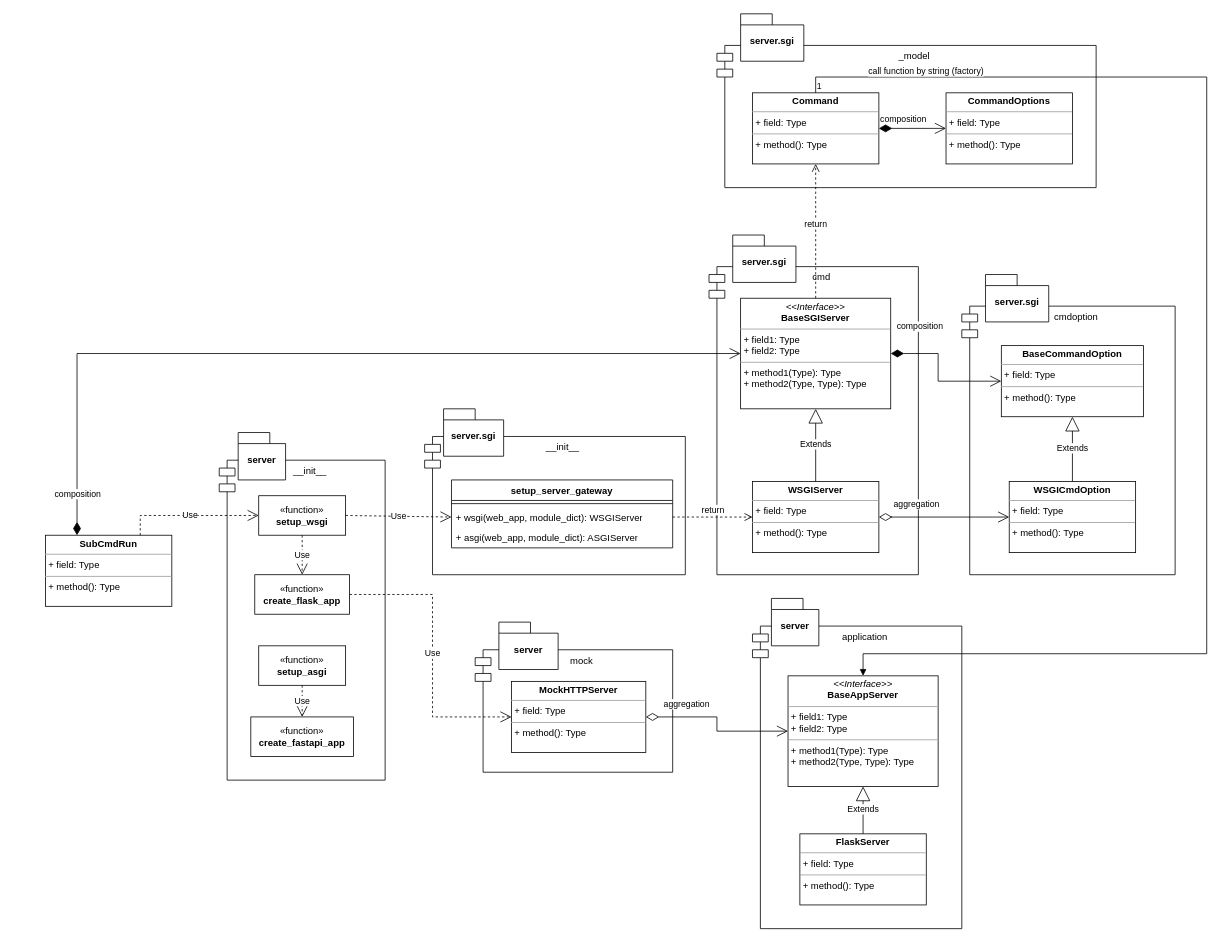
Above: docs/images/development/server_software_architecture.drawio.xml in Chisanan232/PyMock-Server (draw.io), before the change. Source tidied: cells renumbered, new cells numbered last; positions are measured from the earlier drawing's top-left corner, leaving out a move shared by most shapes. Both pictures are drawn from the tidied source at 79%, with x=0, y=0 at pixel (45, 13).
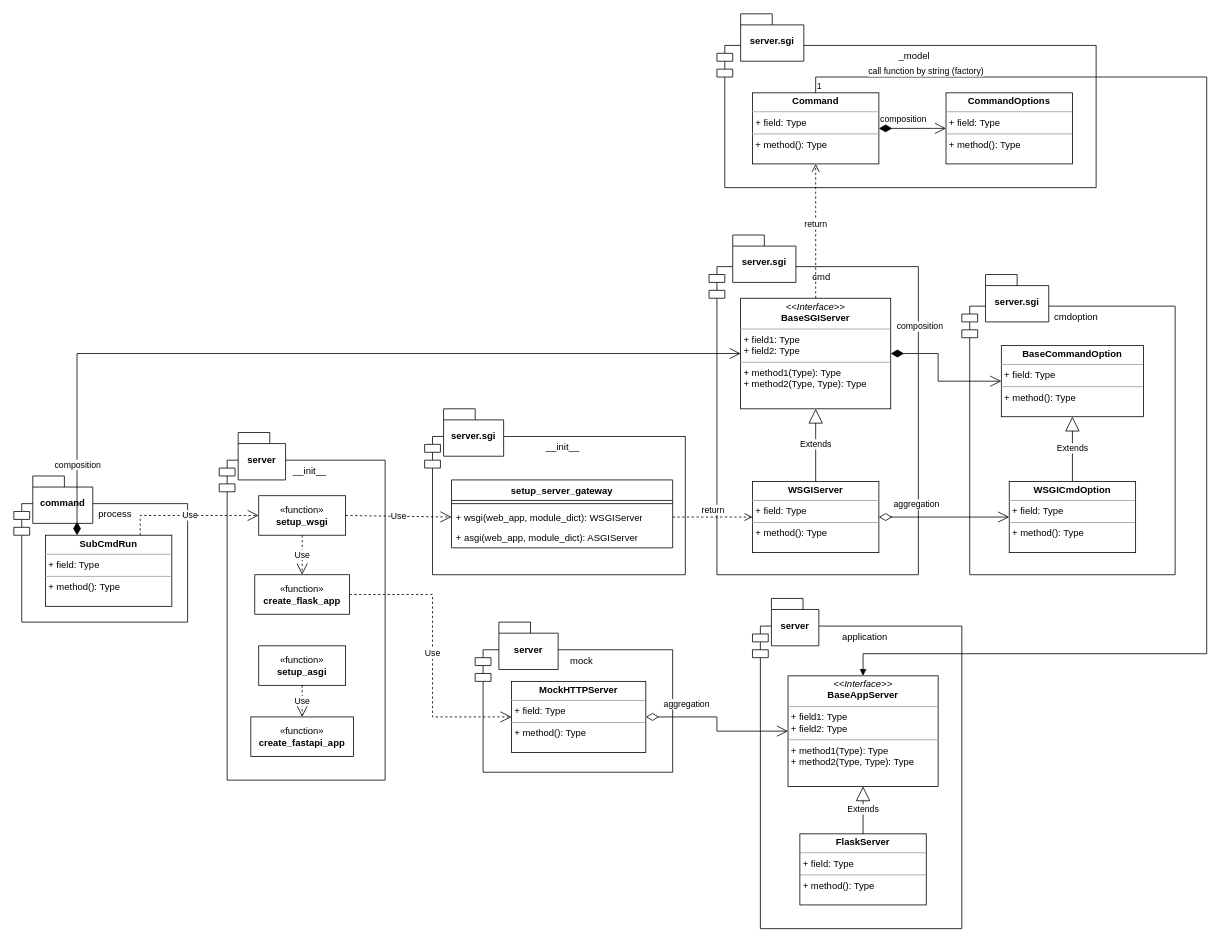
The same page after the edit.

Commit message (it also covers changes not shown here):
✒️  Update the image and its YAML format configuration with latest source code.

Unchanged cells that the change refers to:
```xml
<mxCell id="13" value="&lt;p style=&quot;margin:0px;margin-top:4px;text-align:center;&quot;&gt;&lt;i&gt;&amp;lt;&amp;lt;Interface&amp;gt;&amp;gt;&lt;/i&gt;&lt;br&gt;&lt;b&gt;BaseSGIServer&lt;/b&gt;&lt;/p&gt;&lt;hr size=&quot;1&quot;&gt;&lt;p style=&quot;margin:0px;margin-left:4px;&quot;&gt;+ field1: Type&lt;br&gt;+ field2: Type&lt;/p&gt;&lt;hr size=&quot;1&quot;&gt;&lt;p style=&quot;margin:0px;margin-left:4px;&quot;&gt;+ method1(Type): Type&lt;br&gt;+ method2(Type, Type): Type&lt;/p&gt;" style="verticalAlign=top;align=left;overflow=fill;fontSize=12;fontFamily=Helvetica;html=1;whiteSpace=wrap;" parent="1" vertex="1">
  <mxGeometry x="880" y="360" width="190" height="140" as="geometry" />
</mxCell>
<mxCell id="17" value="&lt;p style=&quot;margin:0px;margin-top:4px;text-align:center;&quot;&gt;&lt;b&gt;SubCmdRun&lt;/b&gt;&lt;/p&gt;&lt;hr size=&quot;1&quot;&gt;&lt;p style=&quot;margin:0px;margin-left:4px;&quot;&gt;+ field: Type&lt;/p&gt;&lt;hr size=&quot;1&quot;&gt;&lt;p style=&quot;margin:0px;margin-left:4px;&quot;&gt;+ method(): Type&lt;/p&gt;" style="verticalAlign=top;align=left;overflow=fill;fontSize=12;fontFamily=Helvetica;html=1;whiteSpace=wrap;" parent="1" vertex="1">
  <mxGeometry y="660" width="160" height="90" as="geometry" />
</mxCell>
```

Change to the diagram source:
```diff
@@
+    <mxCell id="51" value="&amp;nbsp; &amp;nbsp; &amp;nbsp;process" style="shape=module;align=left;spacingLeft=20;align=center;verticalAlign=top;whiteSpace=wrap;html=1;" parent="1" vertex="1">
+      <mxGeometry x="-40" y="620" width="220" height="150" as="geometry" />
+    </mxCell>
+    <mxCell id="52" value="command" style="shape=folder;fontStyle=1;spacingTop=10;tabWidth=40;tabHeight=14;tabPosition=left;html=1;whiteSpace=wrap;" parent="1" vertex="1">
+      <mxGeometry x="-16" y="585" width="76" height="60" as="geometry" />
+    </mxCell>
@@
     <mxCell id="35" value="composition" style="endArrow=open;html=1;endSize=12;startArrow=diamondThin;startSize=14;startFill=1;edgeStyle=orthogonalEdgeStyle;align=left;verticalAlign=bottom;rounded=0;exitX=0.25;exitY=0;exitDx=0;exitDy=0;entryX=0;entryY=0.5;entryDx=0;entryDy=0;" parent="1" edge="1" source="17" target="13">
-      <mxGeometry x="-0.92" y="30" relative="1" as="geometry">
+      <mxGeometry x="-0.85" y="30" relative="1" as="geometry">
         <Array as="points">
           <mxPoint x="40" y="430" />
         </Array>
       </mxGeometry>
     </mxCell>
```
